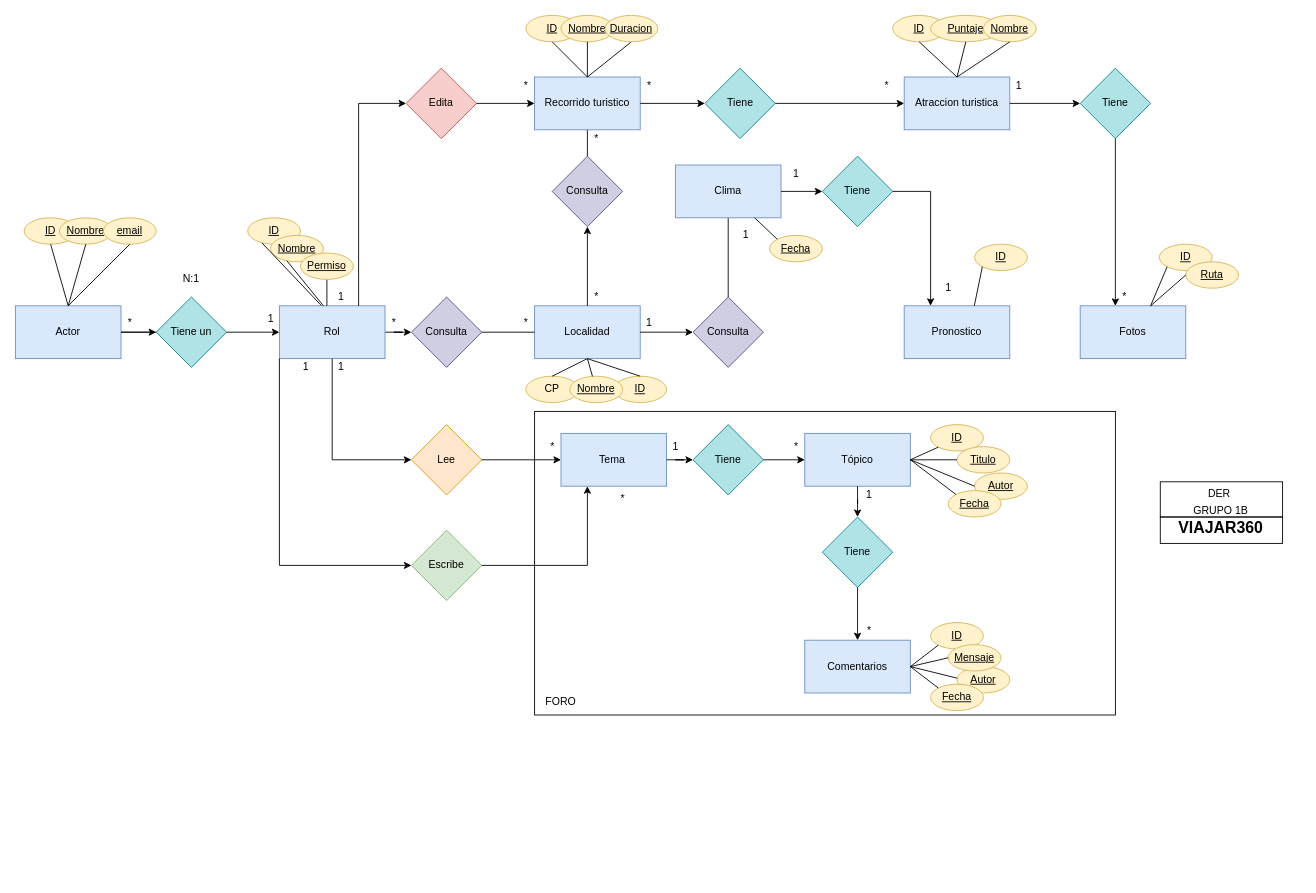
The draw.io diagram viajar360-documentos/ISPC.drawio in classroomEntreRios/proyecto-g1b-proyecto-g1b, before the edit. Source tidied: cells renumbered, new cells numbered last; positions are measured from the earlier drawing's top-left corner, leaving out a move shared by most shapes. Both pictures are drawn from the tidied source at 88%, with x=0, y=0 at pixel (15, 15).
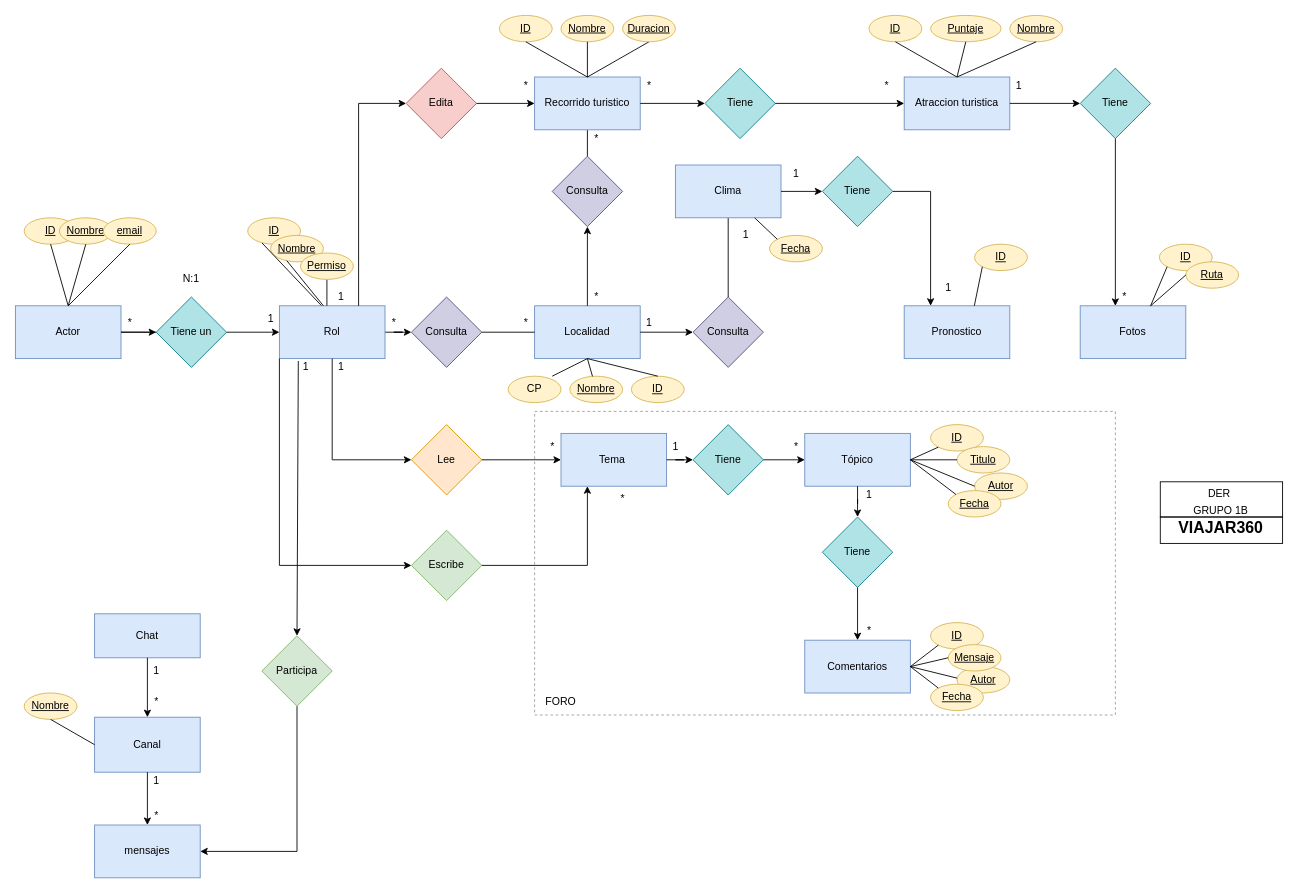
The same diagram, later.

Commit message:
agregado chat

The change refers to these unchanged cells:
```xml
<mxCell id="52" style="group;" parent="1" vertex="1">
  <mxGeometry x="600" y="475" width="650" height="320" as="geometry" />
</mxCell>
<mxCell id="67" value="Rol" style="whiteSpace=wrap;html=1;fillColor=#dae8fc;strokeColor=#6c8ebf;" parent="66" vertex="1">
  <mxGeometry x="20" y="20" width="120" height="60" as="geometry" />
</mxCell>
```

Change to the diagram source:
```diff
@@
     <mxCell id="2" value="CP" style="ellipse;whiteSpace=wrap;html=1;fillColor=#fff2cc;strokeColor=#d6b656;" parent="1" vertex="1">
-      <mxGeometry x="580" y="410" width="60" height="30" as="geometry" />
+      <mxGeometry x="560" y="410" width="60" height="30" as="geometry" />
     </mxCell>
@@
-    <mxCell id="53" style="rounded=0;whiteSpace=wrap;html=1;fillColor=none;shadow=0;" parent="52" vertex="1">
+    <mxCell id="53" style="rounded=0;whiteSpace=wrap;html=1;fillColor=none;shadow=0;strokeColor=#9C9C9C;dashed=1;" parent="52" vertex="1">
       <mxGeometry x="-10" y="-25" width="660" height="345" as="geometry" />
     </mxCell>
@@
     <mxCell id="102" value="&lt;u&gt;ID&lt;/u&gt;" style="ellipse;whiteSpace=wrap;html=1;fillColor=#fff2cc;strokeColor=#d6b656;" parent="1" vertex="1">
-      <mxGeometry x="997" width="60" height="30" as="geometry" />
+      <mxGeometry x="970" width="60" height="30" as="geometry" />
     </mxCell>
     <mxCell id="103" value="&lt;u&gt;ID&lt;/u&gt;" style="ellipse;whiteSpace=wrap;html=1;fillColor=#fff2cc;strokeColor=#d6b656;" parent="1" vertex="1">
-      <mxGeometry x="580" width="60" height="30" as="geometry" />
+      <mxGeometry x="550" width="60" height="30" as="geometry" />
     </mxCell>
@@
     <mxCell id="106" value="&lt;u&gt;ID&lt;/u&gt;" style="ellipse;whiteSpace=wrap;html=1;fillColor=#fff2cc;strokeColor=#d6b656;" parent="1" vertex="1">
-      <mxGeometry x="680" y="410" width="60" height="30" as="geometry" />
+      <mxGeometry x="700" y="410" width="60" height="30" as="geometry" />
     </mxCell>
@@
     <mxCell id="141" value="&lt;u&gt;Duracion&lt;/u&gt;" style="ellipse;whiteSpace=wrap;html=1;fillColor=#fff2cc;strokeColor=#d6b656;" parent="1" vertex="1">
-      <mxGeometry x="670" width="60" height="30" as="geometry" />
+      <mxGeometry x="690" width="60" height="30" as="geometry" />
     </mxCell>
@@
     <mxCell id="143" value="&lt;u&gt;Nombre&lt;/u&gt;" style="ellipse;whiteSpace=wrap;html=1;fillColor=#fff2cc;strokeColor=#d6b656;" parent="1" vertex="1">
-      <mxGeometry x="1100" width="60" height="30" as="geometry" />
+      <mxGeometry x="1130" width="60" height="30" as="geometry" />
     </mxCell>
@@
+    <mxCell id="149" value="Chat" style="whiteSpace=wrap;html=1;fillColor=#dae8fc;strokeColor=#6c8ebf;" parent="1" vertex="1">
+      <mxGeometry x="90" y="680" width="120" height="50" as="geometry" />
+    </mxCell>
+    <mxCell id="150" value="*" style="text;html=1;align=center;verticalAlign=middle;" parent="1" vertex="1">
+      <mxGeometry x="150" y="900" width="20" height="20" as="geometry" />
+    </mxCell>
+    <mxCell id="151" value="1" style="text;html=1;align=center;verticalAlign=middle;" parent="1" vertex="1">
+      <mxGeometry x="150" y="735" width="20" height="20" as="geometry" />
+    </mxCell>
+    <mxCell id="152" value="&lt;u&gt;Nombre&lt;br&gt;&lt;/u&gt;" style="ellipse;whiteSpace=wrap;html=1;fillColor=#fff2cc;strokeColor=#d6b656;" parent="1" vertex="1">
+      <mxGeometry x="10" y="770" width="60" height="30" as="geometry" />
+    </mxCell>
+    <mxCell id="153" value="Canal" style="whiteSpace=wrap;html=1;fillColor=#dae8fc;strokeColor=#6c8ebf;" parent="1" vertex="1">
+      <mxGeometry x="90" y="797.5" width="120" height="62.5" as="geometry" />
+    </mxCell>
+    <mxCell id="154" style="endArrow=classic;html=1;entryX=0.5;entryY=0;entryDx=0;entryDy=0;exitX=0.5;exitY=1;exitDx=0;exitDy=0;" parent="1" edge="1" source="149" target="153">
+      <mxGeometry relative="1" as="geometry" />
+    </mxCell>
+    <mxCell id="155" style="edgeStyle=orthogonalEdgeStyle;rounded=0;jettySize=auto;html=1;exitX=0.5;exitY=1;exitDx=0;exitDy=0;entryX=1;entryY=0.5;entryDx=0;entryDy=0;" parent="1" edge="1" source="156" target="158">
+      <mxGeometry relative="1" as="geometry" />
+    </mxCell>
+    <mxCell id="156" value="Participa" style="rhombus;whiteSpace=wrap;html=1;fillColor=#d5e8d4;strokeColor=#82b366;" parent="1" vertex="1">
+      <mxGeometry x="280" y="705" width="80" height="80" as="geometry" />
+    </mxCell>
+    <mxCell id="157" style="endArrow=classic;html=1;exitX=0.179;exitY=1.046;exitDx=0;exitDy=0;exitPerimeter=0;entryX=0.5;entryY=0;entryDx=0;entryDy=0;" parent="1" edge="1" source="67" target="156">
+      <mxGeometry relative="1" as="geometry" />
+    </mxCell>
+    <mxCell id="158" value="mensajes" style="whiteSpace=wrap;html=1;fillColor=#dae8fc;strokeColor=#6c8ebf;" parent="1" vertex="1">
+      <mxGeometry x="90" y="920" width="120" height="60" as="geometry" />
+    </mxCell>
+    <mxCell id="159" style="endArrow=classic;html=1;exitX=0.5;exitY=1;exitDx=0;exitDy=0;entryX=0.5;entryY=0;entryDx=0;entryDy=0;" parent="1" edge="1" source="153" target="158">
+      <mxGeometry relative="1" as="geometry" />
+    </mxCell>
+    <mxCell id="160" value="*" style="text;html=1;align=center;verticalAlign=middle;" parent="1" vertex="1">
+      <mxGeometry x="150" y="770" width="20" height="20" as="geometry" />
+    </mxCell>
+    <mxCell id="161" value="1" style="text;html=1;align=center;verticalAlign=middle;" parent="1" vertex="1">
+      <mxGeometry x="150" y="860" width="20" height="20" as="geometry" />
+    </mxCell>
+    <mxCell id="162" style="endArrow=none;html=1;entryX=0.5;entryY=1;entryDx=0;entryDy=0;exitX=0;exitY=0.5;exitDx=0;exitDy=0;" parent="1" edge="1" source="153" target="152">
+      <mxGeometry relative="1" as="geometry" />
+    </mxCell>
```
